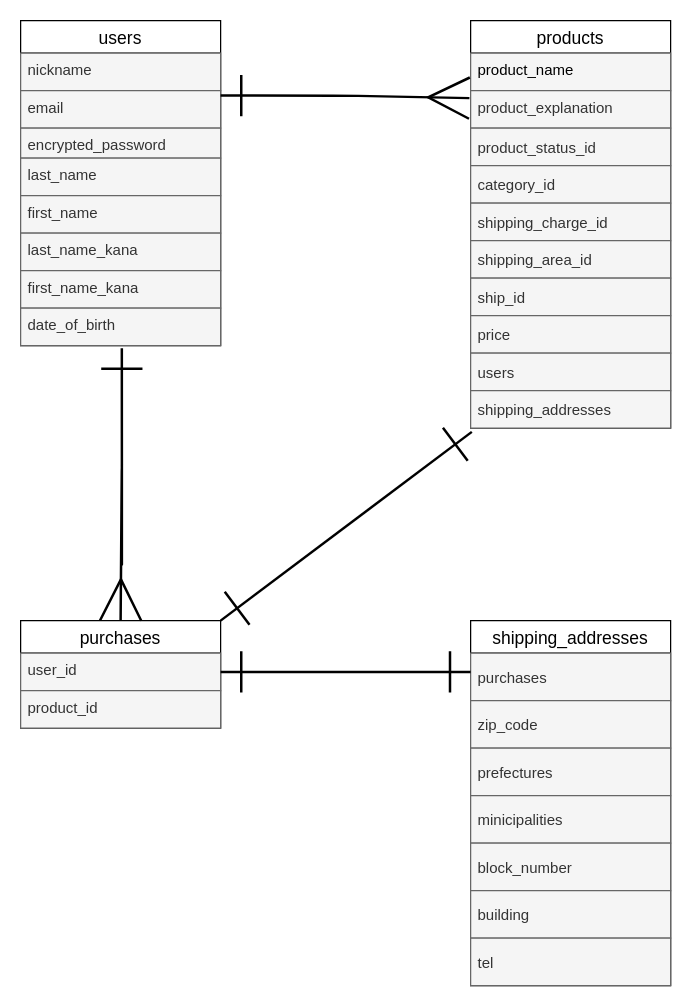
The draw.io diagram furimaER.dio in kujira3206/furima-36477, before the edit. Source tidied: cells renumbered, new cells numbered last; positions are measured from the earlier drawing's top-left corner, leaving out a move shared by most shapes. Both pictures are drawn from the tidied source at 125%, with x=0, y=0 at pixel (20, 20).
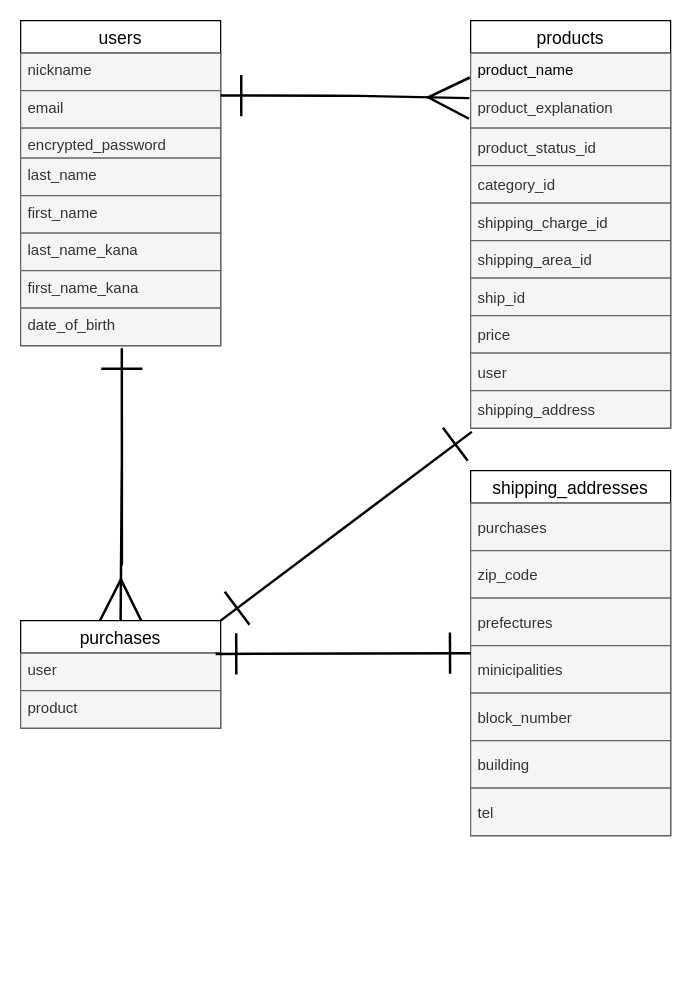
The same diagram, later.

The change refers to these unchanged cells:
```xml
<mxCell id="11" value="products" style="swimlane;fontStyle=0;horizontal=1;startSize=26;align=center;fontSize=14;" parent="1" vertex="1">
  <mxGeometry x="360" width="160" height="326" as="geometry" />
</mxCell>
<mxCell id="23" value="purchases" style="swimlane;fontStyle=0;horizontal=1;startSize=26;align=center;fontSize=14;" parent="1" vertex="1">
  <mxGeometry y="480" width="160" height="86" as="geometry" />
</mxCell>
```

The edit, as a diff of the source:
```diff
@@
-    <mxCell id="20" value="users" style="text;strokeColor=#666666;fillColor=#f5f5f5;spacingLeft=4;spacingRight=4;overflow=hidden;fontSize=12;verticalAlign=middle;fontColor=#333333;" parent="11" vertex="1">
+    <mxCell id="20" value="user" style="text;strokeColor=#666666;fillColor=#f5f5f5;spacingLeft=4;spacingRight=4;overflow=hidden;fontSize=12;verticalAlign=middle;fontColor=#333333;" parent="11" vertex="1">
       <mxGeometry y="266" width="160" height="30" as="geometry" />
     </mxCell>
-    <mxCell id="21" value="shipping_addresses" style="text;spacingLeft=4;spacingRight=4;overflow=hidden;points=[[0,0.5],[1,0.5]];portConstraint=eastwest;fontSize=12;verticalAlign=middle;sketch=0;fillColor=#f5f5f5;fontColor=#333333;strokeColor=#666666;" parent="11" vertex="1">
+    <mxCell id="21" value="shipping_address" style="text;spacingLeft=4;spacingRight=4;overflow=hidden;points=[[0,0.5],[1,0.5]];portConstraint=eastwest;fontSize=12;verticalAlign=middle;sketch=0;fillColor=#f5f5f5;fontColor=#333333;strokeColor=#666666;" parent="11" vertex="1">
       <mxGeometry y="296" width="160" height="30" as="geometry" />
     </mxCell>
@@
-    <mxCell id="24" value="user_id" style="text;strokeColor=#666666;fillColor=#f5f5f5;spacingLeft=4;spacingRight=4;overflow=hidden;points=[[0,0.5],[1,0.5]];portConstraint=eastwest;fontSize=12;fontColor=#333333;" parent="23" vertex="1">
+    <mxCell id="24" value="user" style="text;strokeColor=#666666;fillColor=#f5f5f5;spacingLeft=4;spacingRight=4;overflow=hidden;points=[[0,0.5],[1,0.5]];portConstraint=eastwest;fontSize=12;fontColor=#333333;" parent="23" vertex="1">
       <mxGeometry y="26" width="160" height="30" as="geometry" />
     </mxCell>
@@
-    <mxCell id="26" value="product_id" style="text;strokeColor=#666666;fillColor=#f5f5f5;spacingLeft=4;spacingRight=4;overflow=hidden;points=[[0,0.5],[1,0.5]];portConstraint=eastwest;fontSize=12;fontColor=#333333;" parent="23" vertex="1">
+    <mxCell id="26" value="product" style="text;strokeColor=#666666;fillColor=#f5f5f5;spacingLeft=4;spacingRight=4;overflow=hidden;points=[[0,0.5],[1,0.5]];portConstraint=eastwest;fontSize=12;fontColor=#333333;" parent="23" vertex="1">
       <mxGeometry y="56" width="160" height="30" as="geometry" />
     </mxCell>
@@
     <mxCell id="29" value="shipping_addresses" style="swimlane;fontStyle=0;horizontal=1;startSize=26;align=center;fontSize=14;" parent="1" vertex="1">
-      <mxGeometry x="360" y="480" width="160" height="292" as="geometry" />
+      <mxGeometry x="360" y="360" width="160" height="292" as="geometry" />
     </mxCell>
@@
-    <mxCell id="37" style="edgeStyle=none;html=1;exitX=0;exitY=0.5;exitDx=0;exitDy=0;fontColor=#000000;startArrow=ERone;startFill=0;endArrow=ERone;endFill=0;startSize=30;endSize=30;strokeColor=#000000;strokeWidth=2;" parent="1" edge="1" target="24">
-      <mxGeometry relative="1" as="geometry">
-        <mxPoint x="360" y="521" as="sourcePoint" />
-      </mxGeometry>
+    <mxCell id="37" style="edgeStyle=none;html=1;fontColor=#000000;startArrow=ERone;startFill=0;endArrow=ERone;endFill=0;startSize=30;endSize=30;strokeColor=#000000;strokeWidth=2;entryX=0.975;entryY=0.022;entryDx=0;entryDy=0;entryPerimeter=0;exitX=0;exitY=0.5;exitDx=0;exitDy=0;" parent="1" edge="1" source="29" target="24">
+      <mxGeometry relative="1" as="geometry" />
     </mxCell>
```
